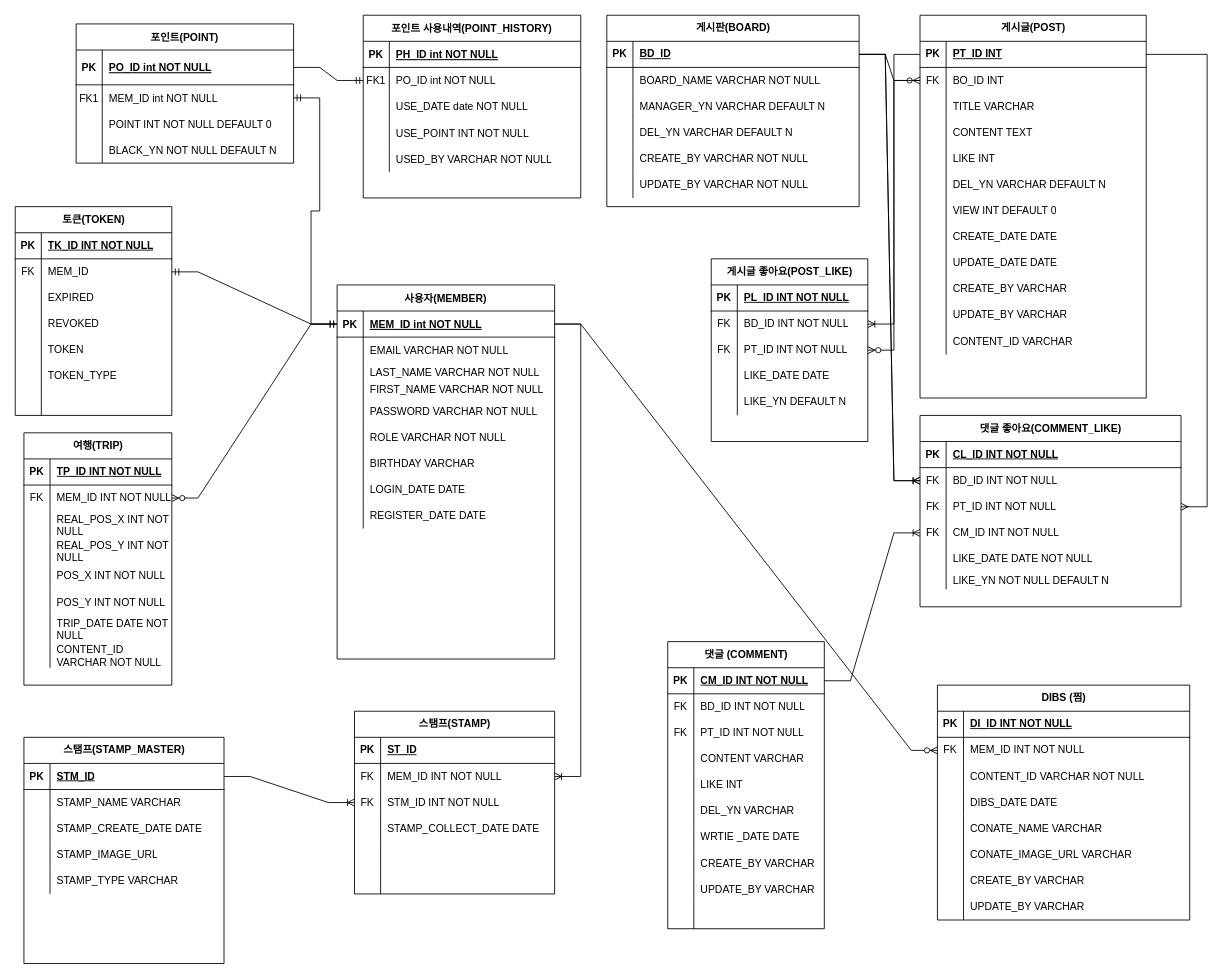
Earlier version of the draw.io diagram docs/나들이_ERD.drawio (DongJu-Na/Nadry). Source tidied: cells renumbered, new cells numbered last; positions are measured from the earlier drawing's top-left corner, leaving out a move shared by most shapes. Both pictures are drawn from the tidied source at 87%, with x=0, y=0 at pixel (15, 15).
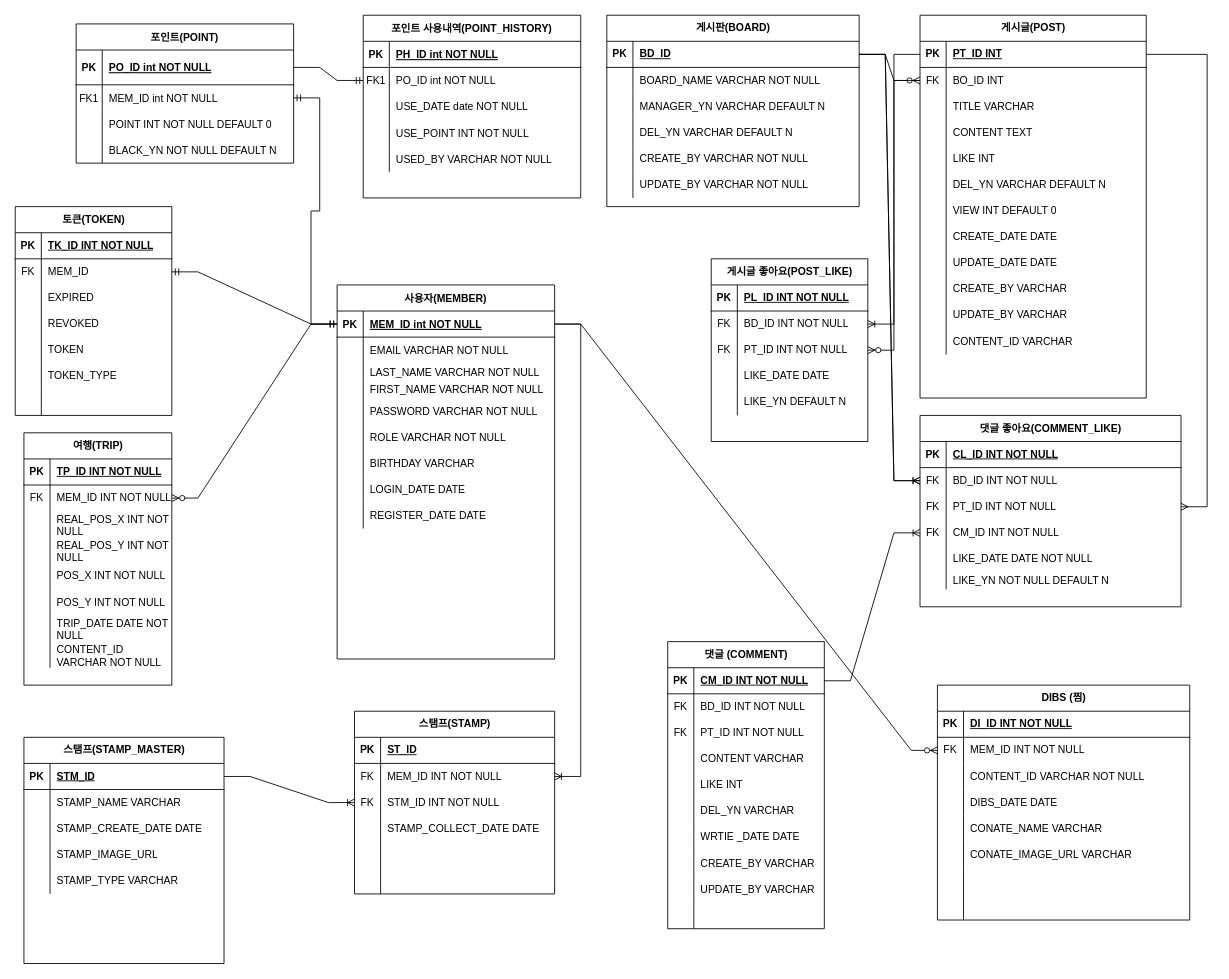
Above is the later version.

Commit message:
docs : 나들이 ERD 수정

위치 수정

Unchanged cells that the change refers to:
```xml
<mxCell id="296" style="shape=tableRow;horizontal=0;startSize=0;swimlaneHead=0;swimlaneBody=0;fillColor=none;top=0;left=0;right=0;bottom=0;" parent="277" vertex="1">
  <mxGeometry y="210" width="290" height="30" as="geometry" />
</mxCell>
<mxCell id="299" style="shape=tableRow;horizontal=0;startSize=0;swimlaneHead=0;swimlaneBody=0;fillColor=none;top=0;left=0;right=0;bottom=0;" parent="277" vertex="1">
  <mxGeometry y="240" width="290" height="30" as="geometry" />
</mxCell>
```

Diff of the diagram source:
```diff
@@
-    <mxCell id="298" value="CREATE_BY VARCHAR" style="shape=partialRectangle;fillColor=none;top=0;left=0;bottom=0;right=0;align=left;spacingLeft=6;overflow=hidden;whiteSpace=wrap;html=1;" parent="296" vertex="1">
+    <mxCell id="298" style="shape=partialRectangle;fillColor=none;top=0;left=0;bottom=0;right=0;align=left;spacingLeft=6;overflow=hidden;whiteSpace=wrap;html=1;" parent="296" vertex="1">
       <mxGeometry x="30" width="260" height="30" as="geometry" />
     </mxCell>
@@
-    <mxCell id="301" value="UPDATE_BY VARCHAR" style="shape=partialRectangle;fillColor=none;top=0;left=0;bottom=0;right=0;align=left;spacingLeft=6;overflow=hidden;whiteSpace=wrap;html=1;" parent="299" vertex="1">
+    <mxCell id="301" style="shape=partialRectangle;fillColor=none;top=0;left=0;bottom=0;right=0;align=left;spacingLeft=6;overflow=hidden;whiteSpace=wrap;html=1;" parent="299" vertex="1">
       <mxGeometry x="30" width="260" height="30" as="geometry" />
     </mxCell>
```
